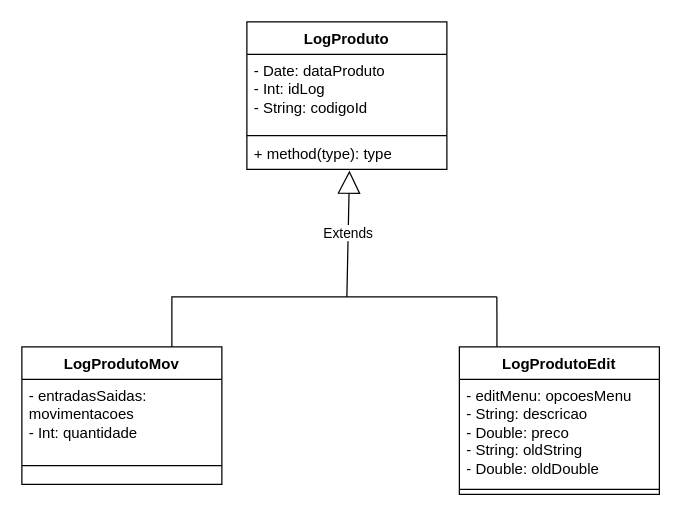
Above: page "LogProduto" (2 of 2) of src/UmlModels/LogProduto.drawio in matheuszsh/cadastroDeProdutos (draw.io), before the change. Source tidied: cells renumbered, new cells numbered last; positions are measured from the earlier drawing's top-left corner, leaving out a move shared by most shapes. Both pictures are drawn from the tidied source at 125%, with x=0, y=0 at pixel (21, 21).
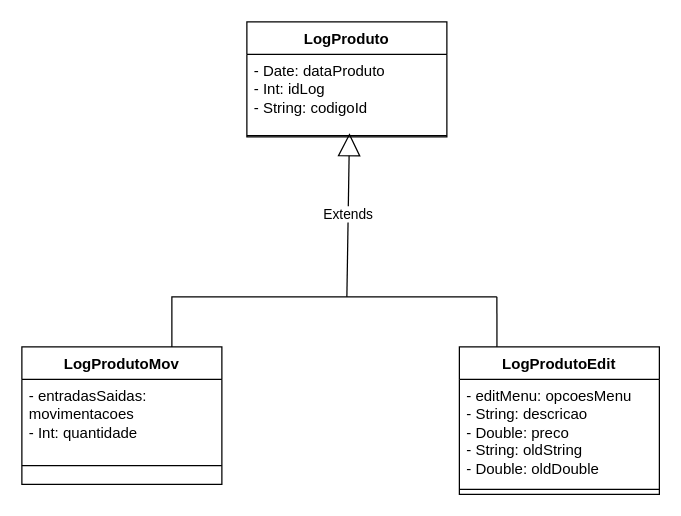
Above is the later version.

Diff of the diagram source:
```diff
@@
 <mxGraphModel>
   <root>
     <mxCell id="0" />
     <mxCell id="1" parent="0" />
     <mxCell id="2" value="LogProduto" style="swimlane;fontStyle=1;align=center;verticalAlign=top;horizontal=1;startSize=26;whiteSpace=wrap;html=1;" parent="1" vertex="1">
-      <mxGeometry x="180" width="160" height="118" as="geometry" />
+      <mxGeometry x="180" width="160" height="92" as="geometry" />
     </mxCell>
     <mxCell id="3" value="- Date: dataProduto&lt;div&gt;- Int: idLog&lt;/div&gt;&lt;div&gt;- String: codigoId&lt;/div&gt;&lt;div&gt;&lt;br&gt;&lt;/div&gt;" style="text;strokeColor=none;fillColor=none;align=left;verticalAlign=top;spacingLeft=4;spacingRight=4;overflow=hidden;whiteSpace=wrap;html=1;" parent="2" vertex="1">
       <mxGeometry y="26" width="160" height="64" as="geometry" />
     </mxCell>
     <mxCell id="4" style="line;strokeWidth=1;fillColor=none;align=left;verticalAlign=middle;spacingTop=-1;spacingLeft=3;spacingRight=3;labelPosition=right;points=[];portConstraint=eastwest;strokeColor=inherit;" parent="2" vertex="1">
       <mxGeometry y="90" width="160" height="2" as="geometry" />
     </mxCell>
-    <mxCell id="5" value="+ method(type): type" style="text;strokeColor=none;fillColor=none;align=left;verticalAlign=top;spacingLeft=4;spacingRight=4;overflow=hidden;points=[[0,0.5],[1,0.5]];portConstraint=eastwest;whiteSpace=wrap;html=1;" parent="2" vertex="1">
-      <mxGeometry y="92" width="160" height="26" as="geometry" />
-    </mxCell>
     <mxCell id="6" value="LogProdutoMov" style="swimlane;fontStyle=1;align=center;verticalAlign=top;horizontal=1;startSize=26;whiteSpace=wrap;html=1;" parent="1" vertex="1">
       <mxGeometry y="260" width="160" height="110" as="geometry" />
     </mxCell>
     <mxCell id="7" value="- entradasSaidas: movimentacoes&lt;div&gt;- Int: quantidade&lt;/div&gt;" style="text;strokeColor=none;fillColor=none;align=left;verticalAlign=top;spacingLeft=4;spacingRight=4;overflow=hidden;whiteSpace=wrap;html=1;" parent="6" vertex="1">
       <mxGeometry y="26" width="160" height="54" as="geometry" />
     </mxCell>
     <mxCell id="8" style="line;strokeWidth=1;fillColor=none;align=left;verticalAlign=middle;spacingTop=-1;spacingLeft=3;spacingRight=3;labelPosition=right;strokeColor=inherit;" parent="6" vertex="1">
       <mxGeometry y="80" width="160" height="30" as="geometry" />
     </mxCell>
     <mxCell id="9" style="endArrow=none;html=1;rounded=0;exitX=0.75;exitY=0;exitDx=0;exitDy=0;" parent="1" edge="1" source="6">
       <mxGeometry relative="1" as="geometry">
         <mxPoint x="380" y="220" as="targetPoint" />
         <Array as="points">
           <mxPoint x="120" y="220" />
         </Array>
       </mxGeometry>
     </mxCell>
     <mxCell id="10" value="LogProdutoEdit" style="swimlane;fontStyle=1;align=center;verticalAlign=top;horizontal=1;startSize=26;whiteSpace=wrap;html=1;" parent="1" vertex="1">
       <mxGeometry x="350" y="260" width="160" height="118" as="geometry" />
     </mxCell>
     <mxCell id="11" value="- editMenu: opcoesMenu&lt;div&gt;- String: descricao&lt;/div&gt;&lt;div&gt;- Double: preco&lt;/div&gt;&lt;div&gt;- String: oldString&lt;/div&gt;&lt;div&gt;- Double: oldDouble&lt;/div&gt;" style="text;strokeColor=none;fillColor=none;align=left;verticalAlign=top;spacingLeft=4;spacingRight=4;overflow=hidden;whiteSpace=wrap;html=1;" parent="10" vertex="1">
       <mxGeometry y="26" width="160" height="84" as="geometry" />
     </mxCell>
     <mxCell id="12" style="line;strokeWidth=1;fillColor=none;align=left;verticalAlign=middle;spacingTop=-1;spacingLeft=3;spacingRight=3;labelPosition=right;strokeColor=inherit;" parent="10" vertex="1">
       <mxGeometry y="110" width="160" height="8" as="geometry" />
     </mxCell>
     <mxCell id="13" style="endArrow=none;html=1;rounded=0;exitX=0.188;exitY=0;exitDx=0;exitDy=0;exitPerimeter=0;" parent="1" edge="1" source="10">
       <mxGeometry relative="1" as="geometry">
         <mxPoint x="380" y="220" as="targetPoint" />
       </mxGeometry>
     </mxCell>
-    <mxCell id="14" value="Extends" style="endArrow=block;endSize=16;endFill=0;html=1;rounded=0;entryX=0.513;entryY=1.038;entryDx=0;entryDy=0;entryPerimeter=0;" parent="1" edge="1" target="5">
+    <mxCell id="14" value="Extends" style="endArrow=block;endSize=16;endFill=0;html=1;rounded=0;entryX=0.513;entryY=-0.5;entryDx=0;entryDy=0;entryPerimeter=0;" parent="1" edge="1" target="4">
       <mxGeometry relative="1" as="geometry">
         <mxPoint x="260" y="220" as="sourcePoint" />
       </mxGeometry>
     </mxCell>
   </root>
 </mxGraphModel>
```
